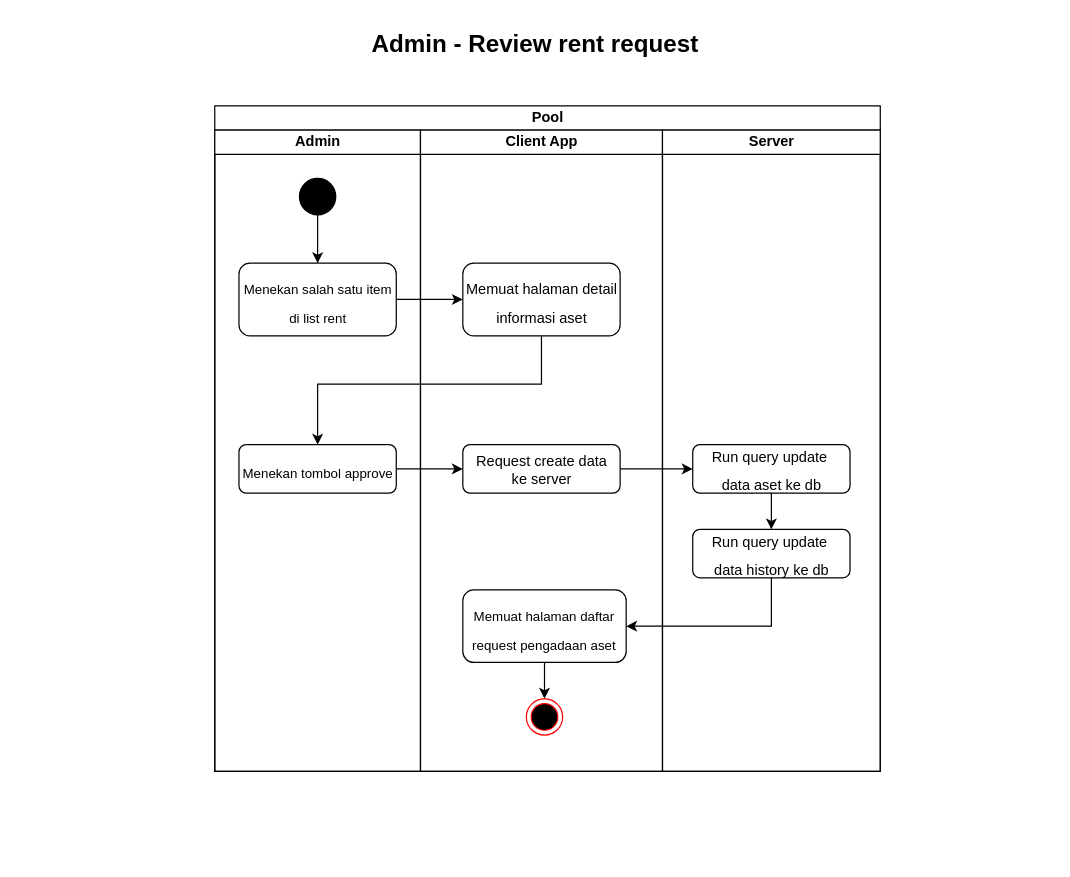
This is page "REV-RENT" (4 of 10) of Untitled Diagram.drawio from alifandartaa/BPMN-MCC72, a draw.io file, before an edit. Source tidied: cells renumbered, new cells numbered last; positions are measured from the earlier drawing's top-left corner, leaving out a move shared by most shapes. Both pictures are drawn from the tidied source at 121%, with x=0, y=0 at pixel (21, 21).
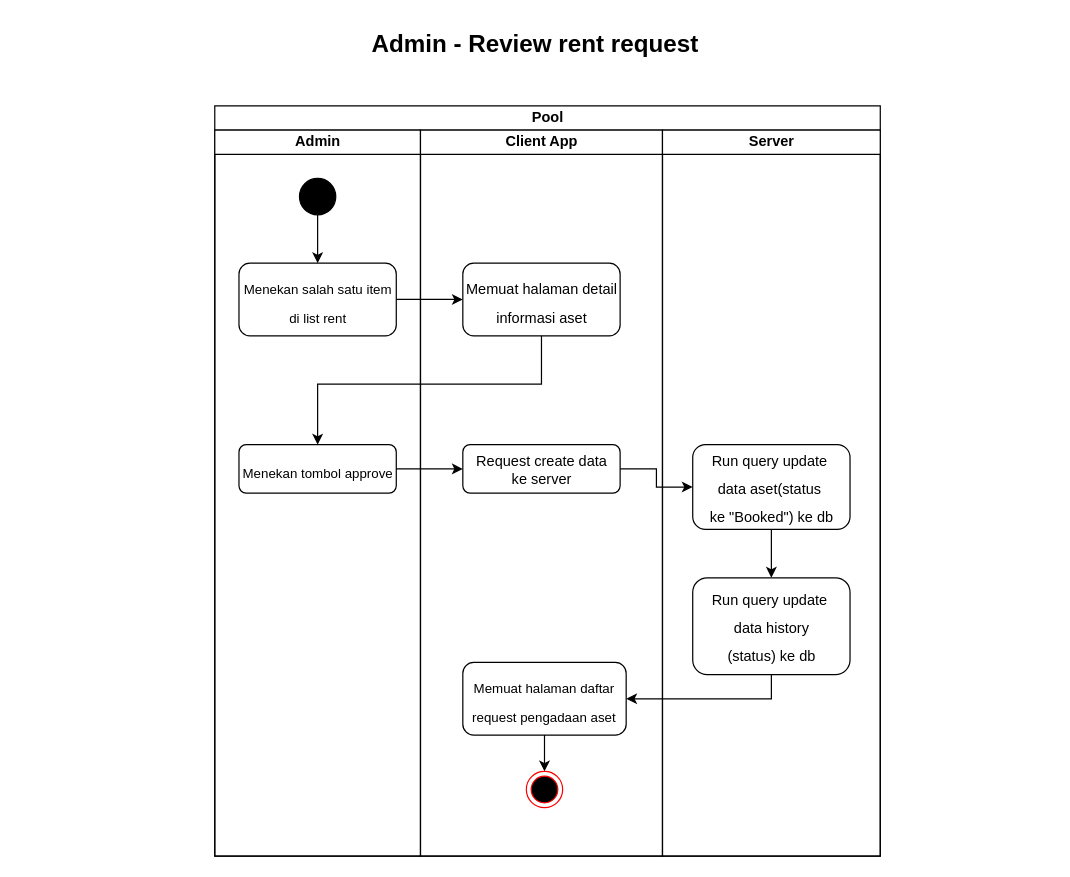
The same diagram, later.

Diff of the diagram source:
```diff
@@
     <mxCell id="2" value="Pool" style="swimlane;startSize=20;html=1;" parent="1" vertex="1">
-      <mxGeometry x="160" y="70" width="550" height="550" as="geometry" />
+      <mxGeometry x="160" y="70" width="550" height="620" as="geometry" />
     </mxCell>
     <mxCell id="3" value="Admin" style="swimlane;startSize=20;html=1;rounded=0;" parent="2" vertex="1">
-      <mxGeometry y="20" width="170" height="530" as="geometry" />
+      <mxGeometry y="20" width="170" height="600" as="geometry" />
     </mxCell>
@@
     <mxCell id="8" value="Client App" style="swimlane;startSize=20;html=1;" parent="2" vertex="1">
-      <mxGeometry x="170" y="20" width="200" height="530" as="geometry" />
+      <mxGeometry x="170" y="20" width="200" height="600" as="geometry" />
     </mxCell>
@@
     <mxCell id="11" value="&lt;font style=&quot;font-size: 11px;&quot;&gt;Memuat halaman daftar request&amp;nbsp;&lt;span style=&quot;&quot;&gt;pengadaan&lt;/span&gt;&amp;nbsp;aset&lt;/font&gt;" style="rounded=1;whiteSpace=wrap;html=1;fontSize=20;fillColor=#FFFFFF;dashed=0;strokeWidth=1;" parent="8" vertex="1">
-      <mxGeometry x="35" y="380" width="135" height="60" as="geometry" />
+      <mxGeometry x="35" y="440" width="135" height="60" as="geometry" />
     </mxCell>
     <mxCell id="12" style="ellipse;html=1;shape=endState;fillColor=#000000;strokeColor=#ff0000;rounded=1;strokeWidth=1;fontSize=11;" parent="8" vertex="1">
-      <mxGeometry x="87.5" y="470" width="30" height="30" as="geometry" />
+      <mxGeometry x="87.5" y="530" width="30" height="30" as="geometry" />
     </mxCell>
@@
+    <mxCell id="22" style="edgeStyle=orthogonalEdgeStyle;rounded=0;jettySize=auto;html=1;entryX=1;entryY=0.5;entryDx=0;entryDy=0;" parent="2" edge="1" source="17" target="11">
+      <mxGeometry x="-1" y="76" relative="1" as="geometry">
+        <Array as="points">
+          <mxPoint x="460" y="490" />
+        </Array>
+        <mxPoint x="65" y="-36" as="offset" />
+      </mxGeometry>
+    </mxCell>
     <mxCell id="14" value="Server" style="swimlane;startSize=20;html=1;" parent="2" vertex="1">
-      <mxGeometry x="370" y="20" width="180" height="530" as="geometry" />
+      <mxGeometry x="370" y="20" width="180" height="600" as="geometry" />
     </mxCell>
@@
-    <mxCell id="16" value="&lt;p style=&quot;line-height: 0%;&quot;&gt;&lt;font style=&quot;font-size: 12px;&quot;&gt;Run query update&amp;nbsp;&lt;/font&gt;&lt;/p&gt;&lt;p style=&quot;line-height: 0%;&quot;&gt;&lt;font style=&quot;font-size: 12px;&quot;&gt;data aset&amp;nbsp;&lt;/font&gt;&lt;span style=&quot;font-size: 12px; background-color: initial;&quot;&gt;ke db&lt;/span&gt;&lt;/p&gt;" style="html=1;dashed=0;whitespace=wrap;strokeColor=default;strokeWidth=1;fontSize=20;fillColor=#FFFFFF;rounded=1;" parent="14" vertex="1">
-      <mxGeometry x="25" y="260" width="130" height="40" as="geometry" />
+    <mxCell id="16" value="&lt;p style=&quot;line-height: 0%;&quot;&gt;&lt;font style=&quot;font-size: 12px;&quot;&gt;Run query update&amp;nbsp;&lt;/font&gt;&lt;/p&gt;&lt;p style=&quot;line-height: 0%;&quot;&gt;&lt;font style=&quot;font-size: 12px;&quot;&gt;data aset(status&amp;nbsp;&lt;/font&gt;&lt;/p&gt;&lt;p style=&quot;line-height: 0%;&quot;&gt;&lt;font style=&quot;font-size: 12px;&quot;&gt;ke &quot;Booked&quot;)&amp;nbsp;&lt;/font&gt;&lt;span style=&quot;font-size: 12px; background-color: initial;&quot;&gt;ke db&lt;/span&gt;&lt;/p&gt;" style="html=1;dashed=0;whitespace=wrap;strokeColor=default;strokeWidth=1;fontSize=20;fillColor=#FFFFFF;rounded=1;" parent="14" vertex="1">
+      <mxGeometry x="25" y="260" width="130" height="70" as="geometry" />
     </mxCell>
-    <mxCell id="17" value="&lt;p style=&quot;line-height: 0%;&quot;&gt;&lt;font style=&quot;font-size: 12px;&quot;&gt;Run query update&amp;nbsp;&lt;/font&gt;&lt;/p&gt;&lt;p style=&quot;line-height: 0%;&quot;&gt;&lt;font style=&quot;font-size: 12px;&quot;&gt;data history&amp;nbsp;&lt;/font&gt;&lt;span style=&quot;font-size: 12px; background-color: initial;&quot;&gt;ke db&lt;/span&gt;&lt;/p&gt;" style="html=1;dashed=0;whitespace=wrap;strokeColor=default;strokeWidth=1;fontSize=20;fillColor=#FFFFFF;rounded=1;" parent="14" vertex="1">
-      <mxGeometry x="25" y="330" width="130" height="40" as="geometry" />
+    <mxCell id="17" value="&lt;p style=&quot;line-height: 0%;&quot;&gt;&lt;font style=&quot;font-size: 12px;&quot;&gt;Run query update&amp;nbsp;&lt;/font&gt;&lt;/p&gt;&lt;p style=&quot;line-height: 0%;&quot;&gt;&lt;font style=&quot;font-size: 12px;&quot;&gt;data history&lt;/font&gt;&lt;/p&gt;&lt;p style=&quot;line-height: 0%;&quot;&gt;&lt;font style=&quot;font-size: 12px;&quot;&gt;(status)&amp;nbsp;&lt;/font&gt;&lt;span style=&quot;font-size: 12px; background-color: initial;&quot;&gt;ke db&lt;/span&gt;&lt;/p&gt;" style="html=1;dashed=0;whitespace=wrap;strokeColor=default;strokeWidth=1;fontSize=20;fillColor=#FFFFFF;rounded=1;" parent="14" vertex="1">
+      <mxGeometry x="25" y="370" width="130" height="80" as="geometry" />
     </mxCell>
@@
-    <mxCell id="22" style="edgeStyle=orthogonalEdgeStyle;rounded=0;jettySize=auto;html=1;entryX=1;entryY=0.5;entryDx=0;entryDy=0;" parent="2" edge="1" source="17" target="11">
-      <mxGeometry x="-1" y="76" relative="1" as="geometry">
-        <Array as="points">
-          <mxPoint x="460" y="430" />
-        </Array>
-        <mxPoint x="65" y="-36" as="offset" />
-      </mxGeometry>
-    </mxCell>
```
